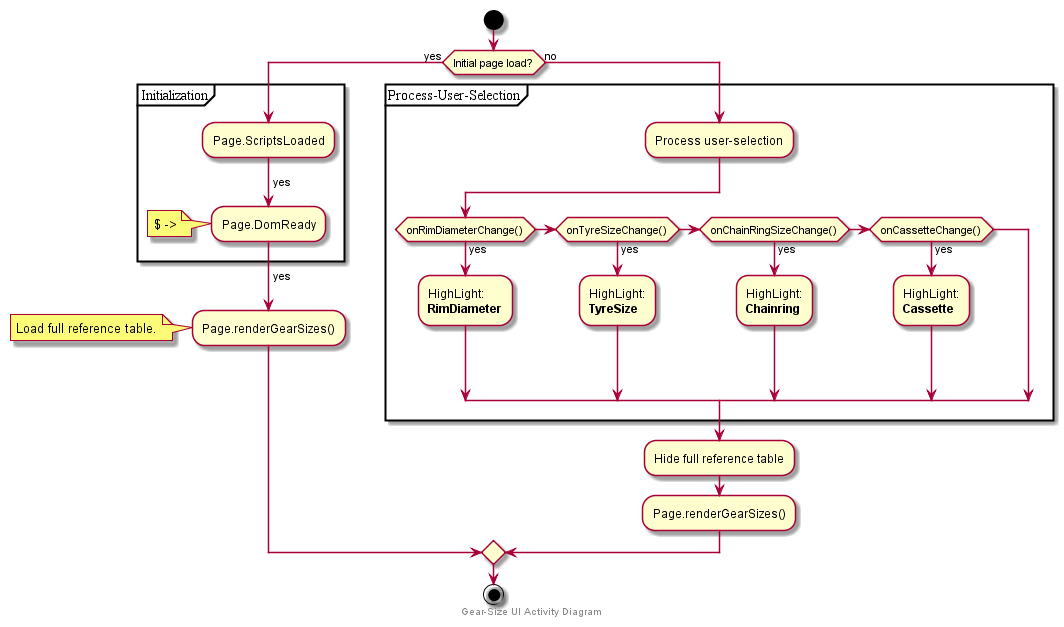
This is images/gear-size-activity.png from Steve-O-Cassels/steve-o-cassels.github.io, a PlantUML export, as it was before one commit. Its diagram source:
```plantuml
@startuml

start

if(Initial page load?) then (yes)
partition Initialization {
  :Page.ScriptsLoaded;
  -> yes;
  :Page.DomReady;
  noteleft:$ ->
  -> yes;
}
  :Page.renderGearSizes();
  noteleft:Load full reference table.
else (no)
partition Process-User-Selection {
  :Process user-selection;
  if(onRimDiameterChange()) then (yes)
  :HighLight:\n**RimDiameter**;
  elseif(onTyreSizeChange()) then (yes)
  :HighLight:\n**TyreSize**;
  elseif(onChainRingSizeChange()) then (yes)
  :HighLight:\n**Chainring**;
  elseif(onCassetteChange()) then (yes)
  :HighLight:\n**Cassette**;
  endif
}
  :Hide full reference table;
  :Page.renderGearSizes();
endif

stop

footer Gear-Size UI Activity Diagram



@enduml
```
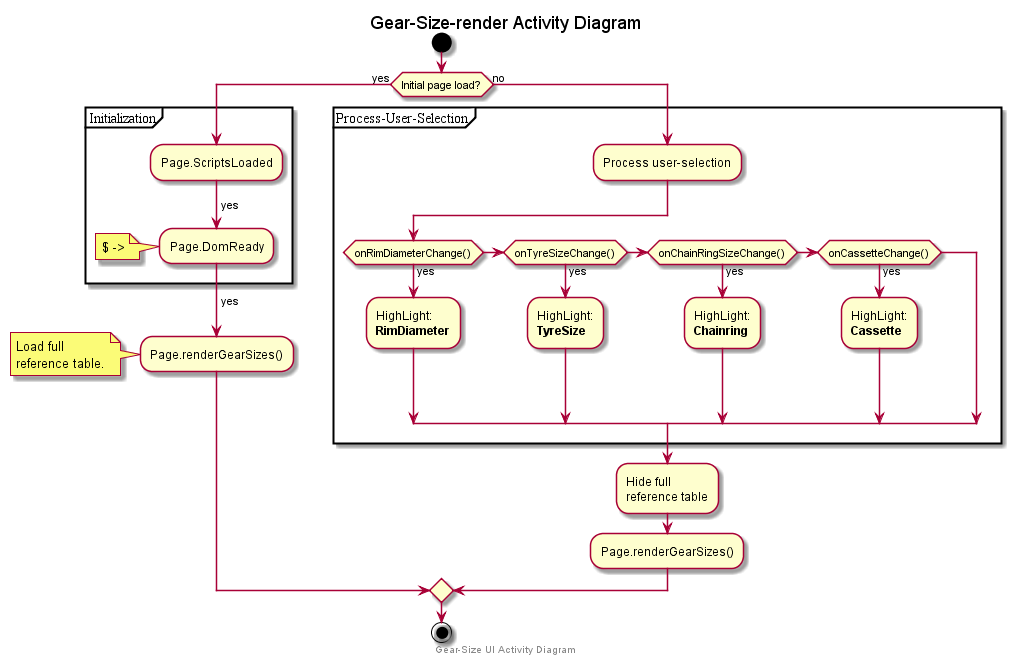
Above is the later version.

Commit message:
gear-size diagrams using plant uml

The edit, as a diff of the source:
```diff
@@ -1,5 +1,6 @@
 @startuml
 
+title: Gear-Size-render Activity Diagram
 start
 
 if(Initial page load?) then (yes)
@@ -11,7 +12,10 @@
   -> yes;
 }
   :Page.renderGearSizes();
-  noteleft:Load full reference table.
+  note left
+  Load full
+  reference table.
+  end note
 else (no)
 partition Process-User-Selection {
   :Process user-selection;
@@ -25,7 +29,8 @@
   :HighLight:\n**Cassette**;
   endif
 }
-  :Hide full reference table;
+  :Hide full
+  reference table;
   :Page.renderGearSizes();
 endif
 
@@ -33,6 +38,4 @@
 
 footer Gear-Size UI Activity Diagram
 
-
-
 @enduml
```
